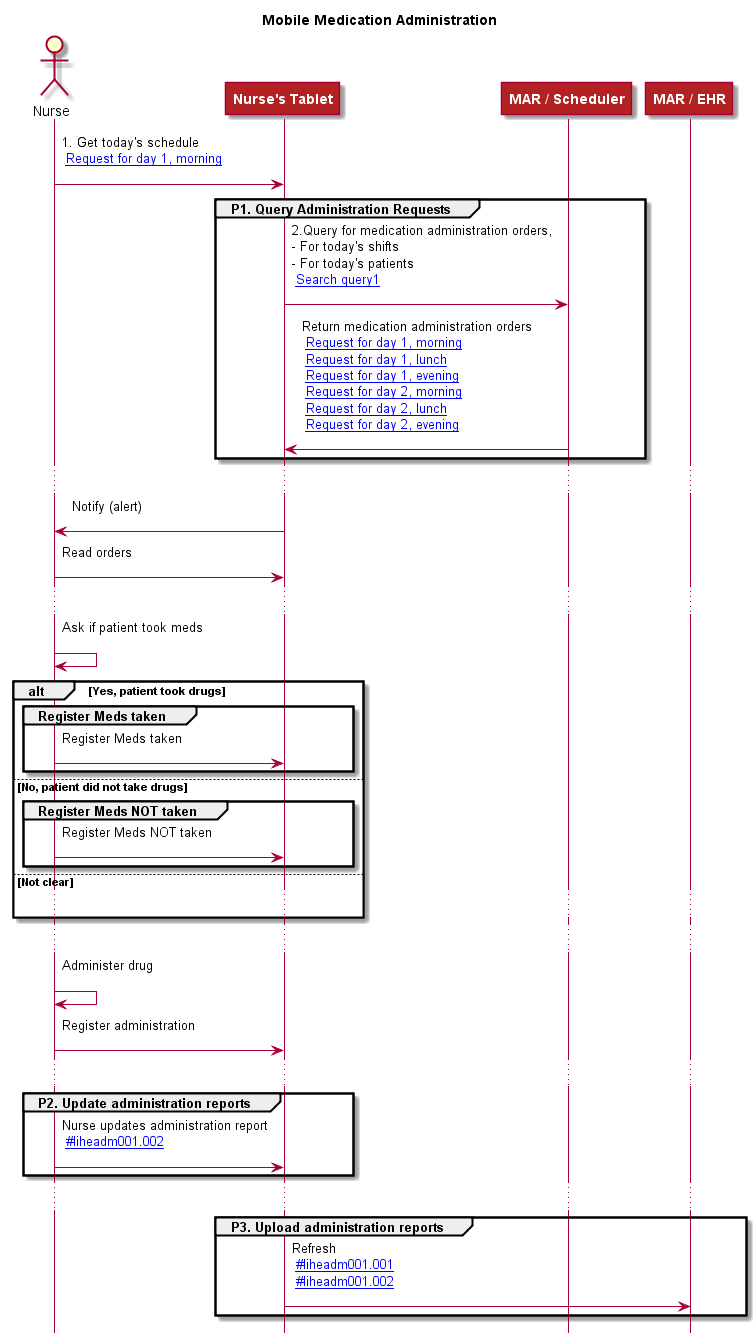
Earlier version of the PlantUML export source/workflowexample/diagram.png (HL7/fhir).
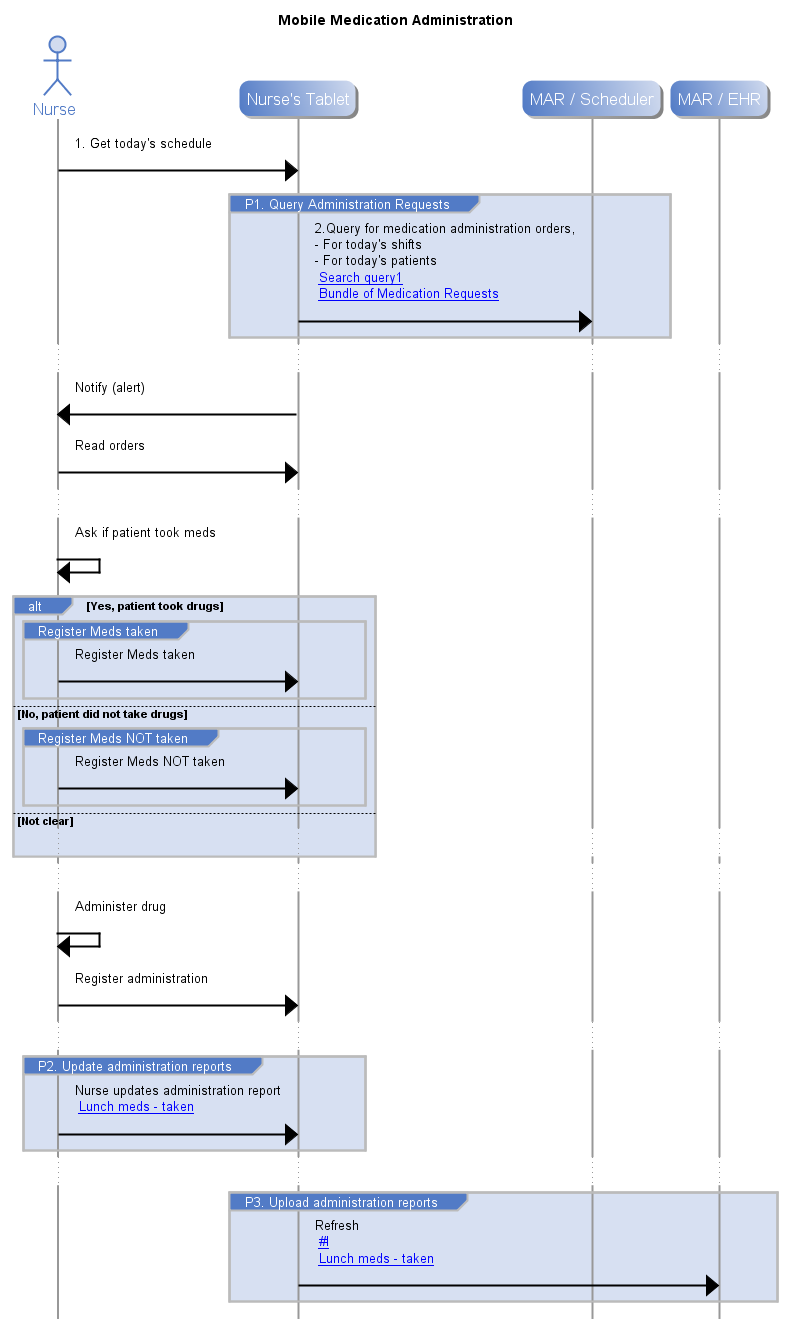
After the change.

What changed in the source:
```diff
@@ -2,6 +2,7 @@
 skinparam ParticipantBackgroundColor Firebrick
 skinparam ParticipantFontColor White
 skinparam ParticipantFontStyle Bold
+skin BlueModern
 
 skinparam SequenceDividerBackgroundColor Azure
 skinparam noteBackgroundColor #FEFECE
@@ -14,11 +15,10 @@
 participant "MAR / Scheduler" as OP
 participant "MAR / EHR" as MAC
 
-Nurse-> MAP : 1. Get today's schedule\n [[#Iiherx001.001 Request for day 1, morning]] \n
+Nurse-> MAP : 1. Get today's schedule\n
 
 group P1. Query Administration Requests
-MAP-> OP : 2.Query for medication administration orders,\n- For today's shifts\n- For today's patients\n [[#Iihesearchparam_rx.performer Search query1]] \n
-OP-> MAP : Return medication administration orders\n [[#Iiherx001.001 Request for day 1, morning]] \n [[#Iiherx001.002 Request for day 1, lunch]] \n [[#Iiherx001.003 Request for day 1, evening]] \n [[#Iiherx001.004 Request for day 2, morning]] \n [[#Iiherx001.005 Request for day 2, lunch]] \n [[#Iiherx001.006 Request for day 2, evening]] \n
+MAP-> OP : 2.Query for medication administration orders,\n- For today's shifts\n- For today's patients\n [[#I Search query1]] \n [[#I Bundle of Medication Requests]] \n
 end
 ...
 MAP-> Nurse : Notify (alert)\n
@@ -50,12 +50,12 @@
 ...
 
 group P2. Update administration reports
-Nurse-> MAP : Nurse updates administration report\n [[#Iiheadm001.002 ]] \n
+Nurse-> MAP : Nurse updates administration report\n [[#I Lunch meds - taken]] \n
 end
 ...
 
 group P3. Upload administration reports
-MAP-> MAC : Refresh\n [[#Iiheadm001.001 ]] \n [[#Iiheadm001.002 ]] \n
+MAP-> MAC : Refresh\n [[#I ]] \n [[#I Lunch meds - taken]] \n
 end
 
 @enduml
```
